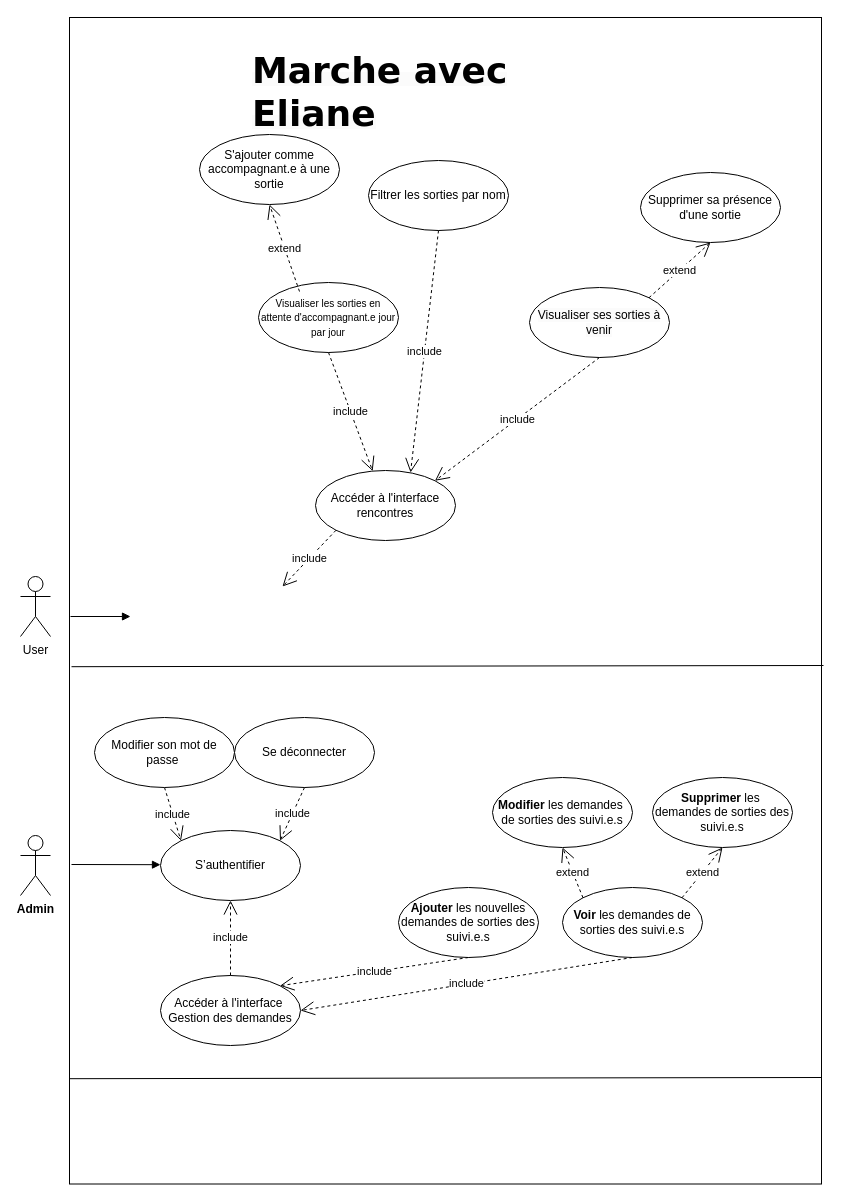
Earlier version of the draw.io diagram page "UCD_ADMIN_PART" (5 of 7) of MCD_MaE.drawio (AnneGicquel/MCD_Marche_avec_Eliane). Source tidied: cells renumbered, new cells numbered last; positions are measured from the earlier drawing's top-left corner, leaving out a move shared by most shapes. Both pictures are drawn from the tidied source at 100%, with x=0, y=0 at pixel (20, 17).
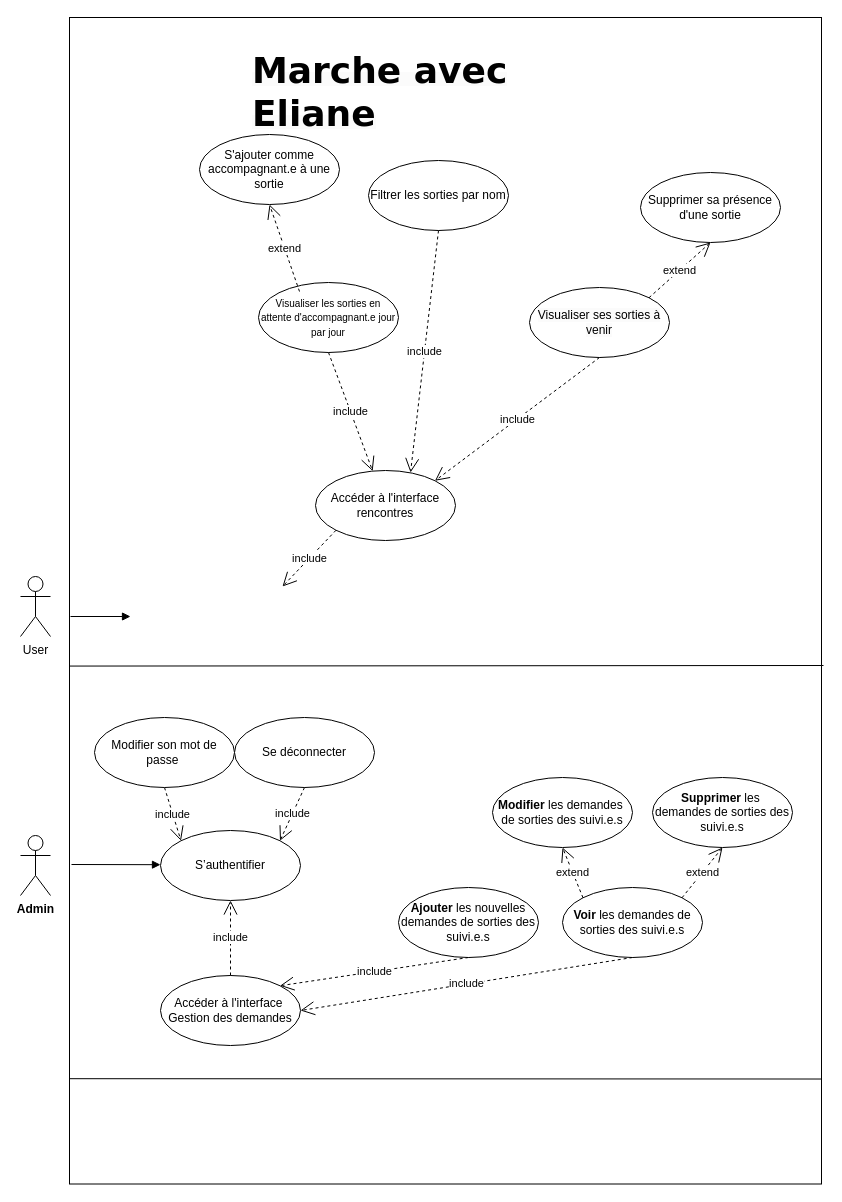
The same diagram, later.

Commit message:
Mettre à jour MCD_MaE.drawio

The change refers to these unchanged cells:
```xml
<mxCell id="2" style="rounded=0;whiteSpace=wrap;html=1;" parent="1" vertex="1">
  <mxGeometry x="49" width="752" height="1166.5" as="geometry" />
</mxCell>
```

What changed in the source:
```diff
@@
-    <mxCell id="35" style="endArrow=none;html=1;rounded=0;exitX=0;exitY=0.524;exitDx=0;exitDy=0;exitPerimeter=0;" parent="1" edge="1">
+    <mxCell id="35" style="endArrow=none;html=1;rounded=0;exitX=0;exitY=0.556;exitDx=0;exitDy=0;exitPerimeter=0;" parent="1" edge="1" source="2">
       <mxGeometry relative="1" as="geometry">
-        <mxPoint x="51" y="649.2" as="sourcePoint" />
         <mxPoint x="803" y="648" as="targetPoint" />
       </mxGeometry>
     </mxCell>
-    <mxCell id="36" style="endArrow=none;html=1;rounded=0;exitX=0;exitY=0.524;exitDx=0;exitDy=0;exitPerimeter=0;" parent="1" edge="1">
+    <mxCell id="36" style="endArrow=none;html=1;rounded=0;exitX=0;exitY=0.524;exitDx=0;exitDy=0;exitPerimeter=0;entryX=1;entryY=0.91;entryDx=0;entryDy=0;entryPerimeter=0;" parent="1" edge="1" target="2">
       <mxGeometry relative="1" as="geometry">
         <mxPoint x="49" y="1061.2" as="sourcePoint" />
-        <mxPoint x="801" y="1060" as="targetPoint" />
       </mxGeometry>
     </mxCell>
```
